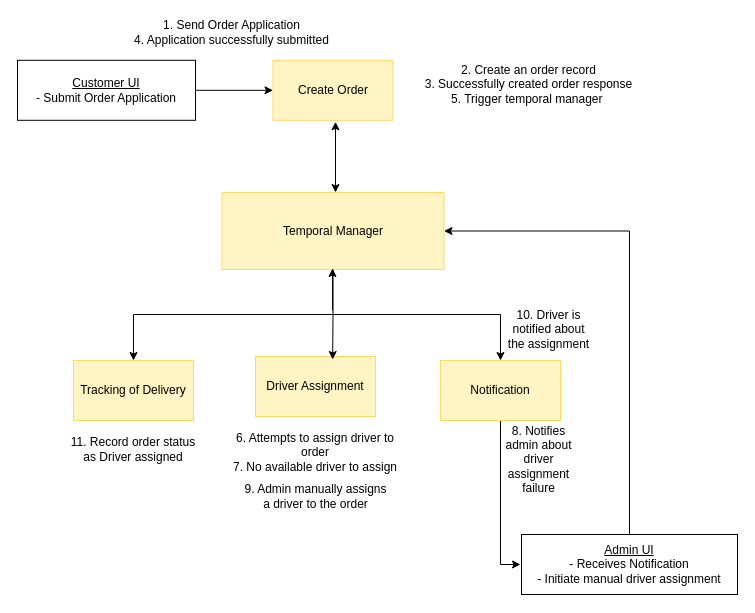
The draw.io diagram diagrams/AdminLevelsDriverReassignment.drawio in darkliyznyanlin910/esd-2425T2, before the edit. Source tidied: cells renumbered, new cells numbered last; positions are measured from the earlier drawing's top-left corner, leaving out a move shared by most shapes. Both pictures are drawn from the tidied source at 100%, with x=0, y=0 at pixel (17, 17).
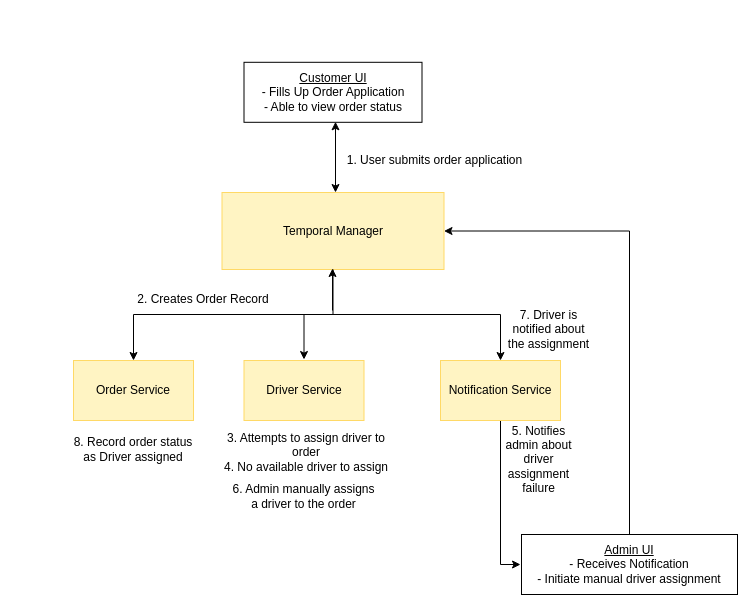
The same page after the edit.

Commit message:
Updated AdminLevelsDriverReassignment Diagram

The change refers to these unchanged cells:
```xml
<mxCell id="4" value="Temporal Manager" style="rounded=0;whiteSpace=wrap;html=1;fillColor=light-dark(#FFF4C3,var(--ge-dark-color, #121212));strokeColor=light-dark(#FFD966,#FFFFFF);" parent="1" vertex="1">
  <mxGeometry x="204.5" y="175" width="222" height="77" as="geometry" />
</mxCell>
```

What changed in the source:
```diff
@@
-    <mxCell id="2" style="edgeStyle=orthogonalEdgeStyle;rounded=0;jettySize=auto;html=1;exitX=1;exitY=0.5;exitDx=0;exitDy=0;entryX=0;entryY=0.5;entryDx=0;entryDy=0;" parent="1" edge="1" source="3" target="18">
-      <mxGeometry relative="1" as="geometry" />
-    </mxCell>
-    <mxCell id="3" value="&lt;u&gt;Customer UI&lt;/u&gt;&lt;div&gt;- Submit Order Application&lt;/div&gt;" style="rounded=0;whiteSpace=wrap;html=1;" parent="1" vertex="1">
-      <mxGeometry y="42.8" width="178" height="60" as="geometry" />
+    <mxCell id="3" value="&lt;u&gt;Customer UI&lt;/u&gt;&lt;div&gt;- Fills Up Order Application&lt;/div&gt;&lt;div&gt;- Able to view order status&lt;/div&gt;" style="rounded=0;whiteSpace=wrap;html=1;" parent="1" vertex="1">
+      <mxGeometry x="226.5" y="44.8" width="178" height="60" as="geometry" />
     </mxCell>
@@
-    <mxCell id="5" value="Tracking of Delivery" style="rounded=0;whiteSpace=wrap;html=1;fillColor=light-dark(#FFF4C3,var(--ge-dark-color, #121212));strokeColor=light-dark(#FFD966,#FFFFFF);" parent="1" vertex="1">
+    <mxCell id="5" value="Order Service" style="rounded=0;whiteSpace=wrap;html=1;fillColor=light-dark(#FFF4C3,var(--ge-dark-color, #121212));strokeColor=light-dark(#FFD966,#FFFFFF);" parent="1" vertex="1">
       <mxGeometry x="56" y="343" width="120" height="60" as="geometry" />
     </mxCell>
-    <mxCell id="6" value="Driver Assignment" style="rounded=0;whiteSpace=wrap;html=1;fillColor=light-dark(#FFF4C3,var(--ge-dark-color, #121212));strokeColor=light-dark(#FFD966,#FFFFFF);" parent="1" vertex="1">
-      <mxGeometry x="238" y="339" width="120" height="60" as="geometry" />
+    <mxCell id="6" value="Driver Service" style="rounded=0;whiteSpace=wrap;html=1;fillColor=light-dark(#FFF4C3,var(--ge-dark-color, #121212));strokeColor=light-dark(#FFD966,#FFFFFF);" parent="1" vertex="1">
+      <mxGeometry x="226.5" y="343" width="120" height="60" as="geometry" />
     </mxCell>
@@
-    <mxCell id="8" value="Notification" style="rounded=0;whiteSpace=wrap;html=1;strokeColor=light-dark(#FFD966,#FFFFFF);fillColor=light-dark(#FFF4C3,var(--ge-dark-color, #121212));" parent="1" vertex="1">
+    <mxCell id="8" value="Notification Service" style="rounded=0;whiteSpace=wrap;html=1;strokeColor=light-dark(#FFD966,#FFFFFF);fillColor=light-dark(#FFF4C3,var(--ge-dark-color, #121212));" parent="1" vertex="1">
       <mxGeometry x="423" y="343" width="120" height="60" as="geometry" />
     </mxCell>
-    <mxCell id="9" value="1. Send Order Application&lt;div&gt;4. Application successfully submitted&lt;/div&gt;" style="text;html=1;align=center;verticalAlign=middle;whiteSpace=wrap;rounded=0;" parent="1" vertex="1">
-      <mxGeometry x="95" width="239" height="30" as="geometry" />
+    <mxCell id="9" value="2. Creates Order Record" style="text;html=1;align=center;verticalAlign=middle;whiteSpace=wrap;rounded=0;" parent="1" vertex="1">
+      <mxGeometry x="111" y="267" width="150" height="30" as="geometry" />
     </mxCell>
@@
-    <mxCell id="11" value="2. Create an order record&lt;div&gt;3. Successfully created order response&lt;/div&gt;&lt;div&gt;5. Trigger temporal manager&amp;nbsp;&lt;/div&gt;&lt;div&gt;&lt;br&gt;&lt;/div&gt;" style="text;html=1;align=center;verticalAlign=middle;whiteSpace=wrap;rounded=0;" parent="1" vertex="1">
-      <mxGeometry x="388" y="44.8" width="247" height="58" as="geometry" />
+    <mxCell id="11" value="1. User submits order application" style="text;html=1;align=center;verticalAlign=middle;whiteSpace=wrap;rounded=0;" parent="1" vertex="1">
+      <mxGeometry x="294" y="114" width="247" height="58" as="geometry" />
     </mxCell>
-    <mxCell id="12" value="6. Attempts to assign driver to order&lt;div&gt;7. No available driver to assign&lt;br&gt;&lt;div&gt;&lt;br&gt;&lt;/div&gt;&lt;/div&gt;" style="text;html=1;align=center;verticalAlign=middle;whiteSpace=wrap;rounded=0;" parent="1" vertex="1">
-      <mxGeometry x="210.5" y="427" width="174" height="30" as="geometry" />
+    <mxCell id="12" value="3. Attempts to assign driver to order&lt;div&gt;4. No available driver to assign&lt;br&gt;&lt;div&gt;&lt;br&gt;&lt;/div&gt;&lt;/div&gt;" style="text;html=1;align=center;verticalAlign=middle;whiteSpace=wrap;rounded=0;" parent="1" vertex="1">
+      <mxGeometry x="202" y="427" width="174" height="30" as="geometry" />
     </mxCell>
@@
-    <mxCell id="15" value="8. Notifies admin about driver assignment failure" style="text;html=1;align=center;verticalAlign=middle;whiteSpace=wrap;rounded=0;" parent="1" vertex="1">
+    <mxCell id="15" value="5. Notifies admin about driver assignment failure" style="text;html=1;align=center;verticalAlign=middle;whiteSpace=wrap;rounded=0;" parent="1" vertex="1">
       <mxGeometry x="478" y="427" width="87" height="30" as="geometry" />
     </mxCell>
@@
-    <mxCell id="18" value="Create Order" style="rounded=0;whiteSpace=wrap;html=1;strokeColor=light-dark(#FFD966,#FFFFFF);fillColor=light-dark(#FFF4C3,var(--ge-dark-color, #121212));" parent="1" vertex="1">
-      <mxGeometry x="255.5" y="42.8" width="120" height="60" as="geometry" />
-    </mxCell>
-    <mxCell id="19" value="9. Admin manually assigns a driver to the order" style="text;html=1;align=center;verticalAlign=middle;whiteSpace=wrap;rounded=0;" parent="1" vertex="1">
-      <mxGeometry x="224.5" y="464" width="147" height="30" as="geometry" />
+    <mxCell id="19" value="6. Admin manually assigns a driver to the order" style="text;html=1;align=center;verticalAlign=middle;whiteSpace=wrap;rounded=0;" parent="1" vertex="1">
+      <mxGeometry x="213" y="464" width="147" height="30" as="geometry" />
     </mxCell>
-    <mxCell id="20" value="10. Driver is notified about the assignment" style="text;html=1;align=center;verticalAlign=middle;whiteSpace=wrap;rounded=0;" parent="1" vertex="1">
+    <mxCell id="20" value="7. Driver is notified about the assignment" style="text;html=1;align=center;verticalAlign=middle;whiteSpace=wrap;rounded=0;" parent="1" vertex="1">
       <mxGeometry x="488" y="297" width="87" height="30" as="geometry" />
     </mxCell>
-    <mxCell id="21" value="11. Record order status as Driver assigned" style="text;html=1;align=center;verticalAlign=middle;whiteSpace=wrap;rounded=0;" parent="1" vertex="1">
+    <mxCell id="21" value="8. Record order status as Driver assigned" style="text;html=1;align=center;verticalAlign=middle;whiteSpace=wrap;rounded=0;" parent="1" vertex="1">
       <mxGeometry x="51" y="417" width="130" height="30" as="geometry" />
     </mxCell>
-    <mxCell id="22" style="edgeStyle=orthogonalEdgeStyle;rounded=0;jettySize=auto;html=1;exitX=0.5;exitY=1;exitDx=0;exitDy=0;entryX=0.643;entryY=0.05;entryDx=0;entryDy=0;entryPerimeter=0;" parent="1" edge="1" source="4" target="6">
-      <mxGeometry relative="1" as="geometry" />
+    <mxCell id="22" style="edgeStyle=orthogonalEdgeStyle;rounded=0;jettySize=auto;html=1;exitX=0.5;exitY=1;exitDx=0;exitDy=0;entryX=0.5;entryY=0;entryDx=0;entryDy=0;" parent="1" edge="1" source="4">
+      <mxGeometry relative="1" as="geometry">
+        <mxPoint x="286.5" y="342" as="targetPoint" />
+        <Array as="points">
+          <mxPoint x="316" y="297" />
+          <mxPoint x="287" y="297" />
+          <mxPoint x="287" y="342" />
+        </Array>
+      </mxGeometry>
     </mxCell>
```
